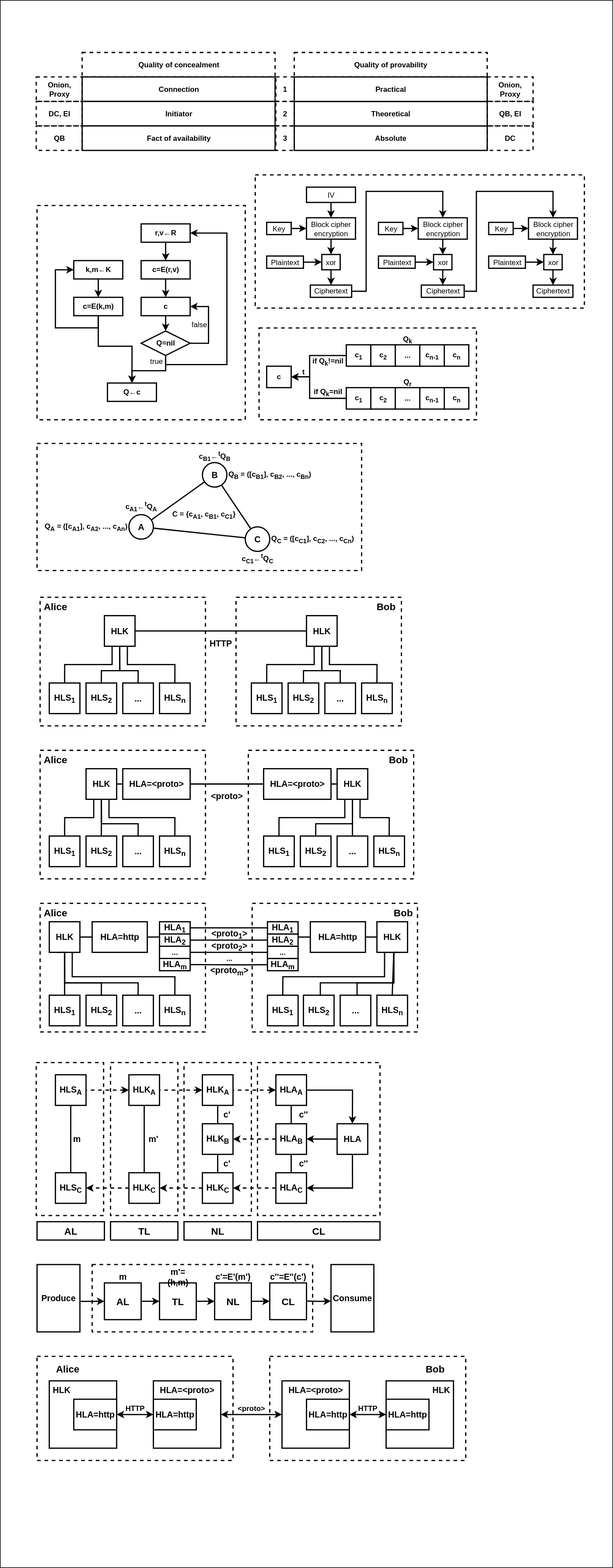
number571/hidden-lake keeps this draw.io diagram as docs/hidden_lake_anonymous_network_scheme.svg. Above is the earlier version. Source tidied: cells renumbered, new cells last; positions are measured from the earlier drawing's top-left corner, leaving out a move shared by most shapes.
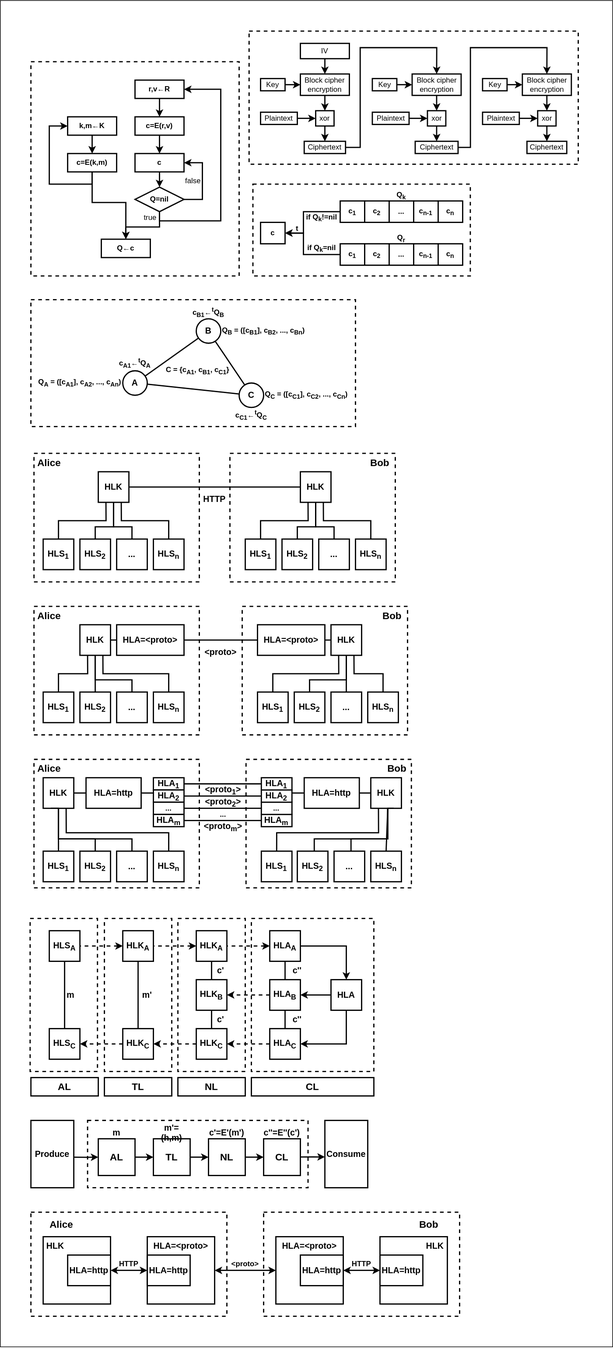
The same file after the commit.

The edit, as a diff of the source:
```diff
@@ -362,26 +362,26 @@
     <mxCell id="107" style="edgeStyle=orthogonalEdgeStyle;rounded=0;jettySize=auto;html=1;exitX=1;exitY=0.5;exitDx=0;exitDy=0;entryX=0;entryY=0.5;entryDx=0;entryDy=0;strokeWidth=2;" parent="1" edge="1" source="108" target="110">
       <mxGeometry relative="1" as="geometry" />
     </mxCell>
-    <mxCell id="108" value="&lt;font style=&quot;font-size: 16px;&quot;&gt;&lt;b&gt;AL&lt;/b&gt;&lt;/font&gt;" style="text;html=1;align=center;verticalAlign=middle;whiteSpace=wrap;rounded=0;strokeColor=default;strokeWidth=2;" parent="1" vertex="1">
+    <mxCell id="108" value="&lt;font style=&quot;font-size: 16px;&quot;&gt;&lt;b&gt;AL&lt;/b&gt;&lt;/font&gt;" style="text;html=1;align=center;verticalAlign=middle;whiteSpace=wrap;rounded=0;strokeColor=default;strokeWidth=2;fillColor=default;" parent="1" vertex="1">
       <mxGeometry x="170" y="2095" width="60" height="60" as="geometry" />
     </mxCell>
     <mxCell id="109" style="edgeStyle=orthogonalEdgeStyle;rounded=0;jettySize=auto;html=1;exitX=1;exitY=0.5;exitDx=0;exitDy=0;entryX=0;entryY=0.5;entryDx=0;entryDy=0;strokeWidth=2;" parent="1" edge="1" source="110" target="112">
       <mxGeometry relative="1" as="geometry" />
     </mxCell>
-    <mxCell id="110" value="&lt;font style=&quot;font-size: 16px;&quot;&gt;&lt;b&gt;TL&lt;/b&gt;&lt;/font&gt;" style="text;html=1;align=center;verticalAlign=middle;whiteSpace=wrap;rounded=0;strokeColor=default;strokeWidth=2;" parent="1" vertex="1">
+    <mxCell id="110" value="&lt;font style=&quot;font-size: 16px;&quot;&gt;&lt;b&gt;TL&lt;/b&gt;&lt;/font&gt;" style="text;html=1;align=center;verticalAlign=middle;whiteSpace=wrap;rounded=0;strokeColor=default;strokeWidth=2;fillColor=default;" parent="1" vertex="1">
       <mxGeometry x="260" y="2095" width="60" height="60" as="geometry" />
     </mxCell>
     <mxCell id="111" style="edgeStyle=orthogonalEdgeStyle;rounded=0;jettySize=auto;html=1;exitX=1;exitY=0.5;exitDx=0;exitDy=0;entryX=0;entryY=0.5;entryDx=0;entryDy=0;strokeWidth=2;" parent="1" edge="1" source="112" target="113">
       <mxGeometry relative="1" as="geometry" />
     </mxCell>
-    <mxCell id="112" value="&lt;font style=&quot;font-size: 16px;&quot;&gt;&lt;b&gt;NL&lt;/b&gt;&lt;/font&gt;" style="text;html=1;align=center;verticalAlign=middle;whiteSpace=wrap;rounded=0;strokeColor=default;strokeWidth=2;" parent="1" vertex="1">
+    <mxCell id="112" value="&lt;font style=&quot;font-size: 16px;&quot;&gt;&lt;b&gt;NL&lt;/b&gt;&lt;/font&gt;" style="text;html=1;align=center;verticalAlign=middle;whiteSpace=wrap;rounded=0;strokeColor=default;strokeWidth=2;fillColor=default;" parent="1" vertex="1">
       <mxGeometry x="350" y="2095" width="60" height="60" as="geometry" />
     </mxCell>
-    <mxCell id="113" value="&lt;font style=&quot;font-size: 16px;&quot;&gt;&lt;b&gt;CL&lt;/b&gt;&lt;/font&gt;" style="text;html=1;align=center;verticalAlign=middle;whiteSpace=wrap;rounded=0;strokeColor=default;strokeWidth=2;" parent="1" vertex="1">
+    <mxCell id="113" value="&lt;font style=&quot;font-size: 16px;&quot;&gt;&lt;b&gt;CL&lt;/b&gt;&lt;/font&gt;" style="text;html=1;align=center;verticalAlign=middle;whiteSpace=wrap;rounded=0;strokeColor=default;strokeWidth=2;fillColor=default;" parent="1" vertex="1">
       <mxGeometry x="440" y="2095" width="60" height="60" as="geometry" />
     </mxCell>
     <mxCell id="114" style="rounded=0;whiteSpace=wrap;html=1;fillColor=none;strokeWidth=2;dashed=1;" parent="1" vertex="1">
-      <mxGeometry x="150" y="2065" width="360" height="110" as="geometry" />
+      <mxGeometry x="152.5" y="2065" width="360" height="110" as="geometry" />
     </mxCell>
     <mxCell id="115" value="&lt;b&gt;&lt;font style=&quot;font-size: 14px;&quot;&gt;m&lt;br&gt;&lt;/font&gt;&lt;/b&gt;" style="text;html=1;align=center;verticalAlign=middle;whiteSpace=wrap;rounded=0;" parent="1" vertex="1">
       <mxGeometry x="170" y="2075" width="60" height="20" as="geometry" />
@@ -731,57 +731,6 @@
     <mxCell id="212" style="rounded=0;whiteSpace=wrap;html=1;fillColor=none;strokeWidth=2;dashed=1;" parent="1" vertex="1">
       <mxGeometry x="416.2" y="285" width="537.5" height="217.5" as="geometry" />
     </mxCell>
-    <mxCell id="213" value="&lt;b&gt;&lt;span style=&quot;white-space: pre-wrap;&quot; class=&quot;EzKURWReUAB5oZgtQNkl&quot;&gt;Q&lt;/span&gt;&lt;span style=&quot;white-space: pre-wrap;&quot; class=&quot;EzKURWReUAB5oZgtQNkl&quot;&gt;uality of &lt;/span&gt;&lt;span style=&quot;white-space: pre-wrap;&quot; class=&quot;EzKURWReUAB5oZgtQNkl&quot;&gt;concealment&lt;/span&gt;&lt;/b&gt;" style="rounded=0;whiteSpace=wrap;html=1;strokeWidth=2;dashed=1;" parent="1" vertex="1">
-      <mxGeometry x="133.6" y="85" width="315.1" height="40" as="geometry" />
-    </mxCell>
-    <mxCell id="214" value="&lt;b&gt;&lt;span style=&quot;white-space: pre-wrap;&quot; class=&quot;EzKURWReUAB5oZgtQNkl&quot;&gt;Quality&lt;/span&gt;&lt;span style=&quot;white-space: pre-wrap;&quot;&gt; of &lt;/span&gt;&lt;span style=&quot;white-space: pre-wrap;&quot; class=&quot;EzKURWReUAB5oZgtQNkl&quot;&gt;provability&lt;/span&gt;&lt;/b&gt;" style="rounded=0;whiteSpace=wrap;html=1;strokeWidth=2;dashed=1;" parent="1" vertex="1">
-      <mxGeometry x="480" y="85" width="315.1" height="40" as="geometry" />
-    </mxCell>
-    <mxCell id="215" value="&lt;b&gt;Connection&lt;/b&gt;" style="rounded=0;whiteSpace=wrap;html=1;strokeWidth=2;" parent="1" vertex="1">
-      <mxGeometry x="133.7" y="125" width="315" height="40" as="geometry" />
-    </mxCell>
-    <mxCell id="216" value="&lt;b&gt;&lt;span style=&quot;white-space: pre-wrap;&quot; class=&quot;EzKURWReUAB5oZgtQNkl&quot;&gt;Initiator&lt;/span&gt;&lt;/b&gt;" style="rounded=0;whiteSpace=wrap;html=1;strokeWidth=2;" parent="1" vertex="1">
-      <mxGeometry x="133.7" y="165" width="315" height="40" as="geometry" />
-    </mxCell>
-    <mxCell id="217" value="&lt;b&gt;Fact&lt;span style=&quot;white-space: pre-wrap;&quot;&gt; of &lt;/span&gt;&lt;span style=&quot;white-space: pre-wrap;&quot; class=&quot;EzKURWReUAB5oZgtQNkl&quot;&gt;availability&lt;/span&gt;&lt;/b&gt;" style="rounded=0;whiteSpace=wrap;html=1;strokeWidth=2;" parent="1" vertex="1">
-      <mxGeometry x="133.7" y="205" width="315" height="40" as="geometry" />
-    </mxCell>
-    <mxCell id="218" value="&lt;b&gt;&lt;span style=&quot;white-space: pre-wrap;&quot; class=&quot;EzKURWReUAB5oZgtQNkl&quot;&gt;Absolute&lt;/span&gt;&lt;/b&gt;" style="rounded=0;whiteSpace=wrap;html=1;strokeWidth=2;" parent="1" vertex="1">
-      <mxGeometry x="480.1" y="205" width="315.1" height="40" as="geometry" />
-    </mxCell>
-    <mxCell id="219" value="&lt;b&gt;&lt;span style=&quot;white-space: pre-wrap;&quot;&gt;&lt;/span&gt;&lt;span style=&quot;white-space: pre-wrap;&quot; class=&quot;EzKURWReUAB5oZgtQNkl&quot;&gt;Theoretical&lt;/span&gt;&lt;/b&gt;" style="rounded=0;whiteSpace=wrap;html=1;strokeWidth=2;" parent="1" vertex="1">
-      <mxGeometry x="480.1" y="165" width="315.1" height="40" as="geometry" />
-    </mxCell>
-    <mxCell id="220" value="&lt;b&gt;&lt;span style=&quot;white-space: pre-wrap;&quot; class=&quot;EzKURWReUAB5oZgtQNkl&quot;&gt;Practical&lt;/span&gt;&lt;/b&gt;" style="rounded=0;whiteSpace=wrap;html=1;strokeWidth=2;" parent="1" vertex="1">
-      <mxGeometry x="480.1" y="125" width="315" height="40" as="geometry" />
-    </mxCell>
-    <mxCell id="221" value="&lt;b&gt;Onion, Proxy&lt;/b&gt;" style="text;html=1;align=center;verticalAlign=middle;whiteSpace=wrap;rounded=0;strokeColor=default;dashed=1;strokeWidth=2;" parent="1" vertex="1">
-      <mxGeometry x="795.1" y="125" width="74.9" height="40" as="geometry" />
-    </mxCell>
-    <mxCell id="222" value="&lt;b&gt;QB, EI&lt;/b&gt;" style="text;html=1;align=center;verticalAlign=middle;whiteSpace=wrap;rounded=0;strokeColor=default;dashed=1;strokeWidth=2;" parent="1" vertex="1">
-      <mxGeometry x="795.1" y="165" width="74.9" height="40" as="geometry" />
-    </mxCell>
-    <mxCell id="223" value="&lt;b&gt;DC&lt;/b&gt;" style="text;html=1;align=center;verticalAlign=middle;whiteSpace=wrap;rounded=0;dashed=1;strokeColor=default;strokeWidth=2;" parent="1" vertex="1">
-      <mxGeometry x="795.1" y="205" width="74.9" height="40" as="geometry" />
-    </mxCell>
-    <mxCell id="224" value="&lt;b&gt;Onion, Proxy&lt;/b&gt;" style="text;html=1;align=center;verticalAlign=middle;whiteSpace=wrap;rounded=0;strokeColor=default;dashed=1;strokeWidth=2;" parent="1" vertex="1">
-      <mxGeometry x="58.7" y="125" width="74.9" height="40" as="geometry" />
-    </mxCell>
-    <mxCell id="225" value="&lt;b&gt;DC, EI&lt;/b&gt;" style="text;html=1;align=center;verticalAlign=middle;whiteSpace=wrap;rounded=0;strokeColor=default;dashed=1;strokeWidth=2;" parent="1" vertex="1">
-      <mxGeometry x="58.7" y="165" width="74.9" height="40" as="geometry" />
-    </mxCell>
-    <mxCell id="226" value="&lt;b&gt;QB&lt;/b&gt;" style="text;html=1;align=center;verticalAlign=middle;whiteSpace=wrap;rounded=0;dashed=1;strokeColor=default;strokeWidth=2;" parent="1" vertex="1">
-      <mxGeometry x="58.7" y="205" width="74.9" height="40" as="geometry" />
-    </mxCell>
-    <mxCell id="227" value="&lt;b&gt;1&lt;/b&gt;" style="text;html=1;align=center;verticalAlign=middle;whiteSpace=wrap;rounded=0;strokeColor=default;dashed=1;strokeWidth=2;" parent="1" vertex="1">
-      <mxGeometry x="450" y="125" width="30.1" height="40" as="geometry" />
-    </mxCell>
-    <mxCell id="228" value="&lt;b&gt;2&lt;/b&gt;" style="text;html=1;align=center;verticalAlign=middle;whiteSpace=wrap;rounded=0;strokeColor=default;dashed=1;strokeWidth=2;" parent="1" vertex="1">
-      <mxGeometry x="449.9" y="165" width="30.1" height="40" as="geometry" />
-    </mxCell>
-    <mxCell id="229" value="&lt;b&gt;3&lt;/b&gt;" style="text;html=1;align=center;verticalAlign=middle;whiteSpace=wrap;rounded=0;strokeColor=default;dashed=1;strokeWidth=2;" parent="1" vertex="1">
-      <mxGeometry x="449.9" y="205" width="30.1" height="40" as="geometry" />
-    </mxCell>
     <mxCell id="230" style="edgeStyle=orthogonalEdgeStyle;rounded=0;jettySize=auto;html=1;exitX=1;exitY=0.5;exitDx=0;exitDy=0;entryX=0;entryY=0.5;entryDx=0;entryDy=0;strokeWidth=2;endArrow=none;startFill=0;" parent="1" edge="1" source="231" target="264">
       <mxGeometry relative="1" as="geometry" />
     </mxCell>
@@ -970,8 +919,8 @@
     <mxCell id="277" style="rounded=0;whiteSpace=wrap;html=1;fillColor=none;strokeWidth=2;dashed=1;" parent="1" vertex="1">
       <mxGeometry x="58.7" y="1735" width="110" height="250" as="geometry" />
     </mxCell>
-    <mxCell id="278" style="rounded=0;whiteSpace=wrap;html=1;strokeColor=default;fillColor=none;" parent="1" vertex="1">
-      <mxGeometry width="1000" height="2560" as="geometry" />
-    </mxCell>
+    <mxCell id="279" style="rounded=0;whiteSpace=wrap;html=1;strokeColor=default;fillColor=none;" parent="1" vertex="1">
+      <mxGeometry x="10" y="235" width="1000" height="2200" as="geometry" />
+    </mxCell>
   </root>
 </mxGraphModel>
```
